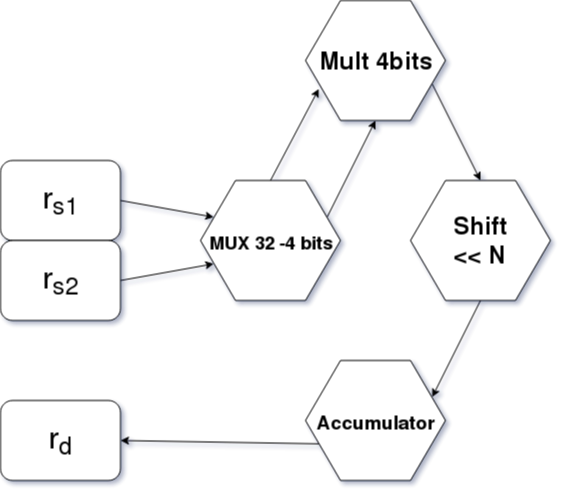
Above: M/img/mul_machine_state.png in xtarke/riscv-multicycle (draw.io), before the change. Source tidied: cells renumbered, new cells last; positions are measured from the earlier drawing's top-left corner, leaving out a move shared by most shapes. Source of this version:
```xml
<mxGraphModel background="#ffffff">
  <root>
    <mxCell id="0" />
    <mxCell id="1" parent="0" />
    <mxCell id="2" style="endArrow=classic;html=1;entryX=0;entryY=0.25;entryDx=0;entryDy=0;exitX=1;exitY=0.5;exitDx=0;exitDy=0;" parent="1" edge="1" source="3" target="9">
      <mxGeometry relative="1" as="geometry" />
    </mxCell>
    <mxCell id="3" style="rounded=1;whiteSpace=wrap;html=1;" parent="1" vertex="1">
      <mxGeometry y="160" width="120" height="80" as="geometry" />
    </mxCell>
    <mxCell id="4" style="rounded=1;whiteSpace=wrap;html=1;" parent="1" vertex="1">
      <mxGeometry y="240" width="120" height="80" as="geometry" />
    </mxCell>
    <mxCell id="5" style="endArrow=classic;html=1;entryX=0;entryY=0.75;entryDx=0;entryDy=0;exitX=1;exitY=0.5;exitDx=0;exitDy=0;" parent="1" edge="1" source="4" target="9">
      <mxGeometry relative="1" as="geometry" />
    </mxCell>
    <mxCell id="6" value="&lt;font style=&quot;font-size: 30px&quot;&gt;r&lt;sub&gt;s1&lt;/sub&gt;&lt;/font&gt;" style="text;html=1;strokeColor=none;fillColor=none;align=center;verticalAlign=middle;whiteSpace=wrap;rounded=0;" parent="1" vertex="1">
      <mxGeometry x="40" y="190" width="40" height="20" as="geometry" />
    </mxCell>
    <mxCell id="7" value="&lt;font style=&quot;font-size: 30px&quot;&gt;r&lt;sub&gt;s2&lt;/sub&gt;&lt;/font&gt;" style="text;html=1;strokeColor=none;fillColor=none;align=center;verticalAlign=middle;whiteSpace=wrap;rounded=0;" parent="1" vertex="1">
      <mxGeometry x="40" y="270" width="40" height="20" as="geometry" />
    </mxCell>
    <mxCell id="8" style="group;" parent="1" vertex="1">
      <mxGeometry x="200" y="180" width="140" height="120" as="geometry" />
    </mxCell>
    <mxCell id="9" style="shape=hexagon;perimeter=hexagonPerimeter2;whiteSpace=wrap;html=1;" parent="8" vertex="1">
      <mxGeometry width="140" height="120" as="geometry" />
    </mxCell>
    <mxCell id="10" value="&lt;font style=&quot;font-size: 18px&quot;&gt;MUX 32 -4 bits&lt;/font&gt;" style="text;strokeColor=none;fillColor=none;html=1;fontSize=24;fontStyle=1;verticalAlign=middle;align=center;" parent="8" vertex="1">
      <mxGeometry x="20" y="40" width="100" height="40" as="geometry" />
    </mxCell>
    <mxCell id="11" style="endArrow=classic;html=1;entryX=0.5;entryY=1;entryDx=0;entryDy=0;exitX=1;exitY=0.25;exitDx=0;exitDy=0;" parent="1" edge="1" source="9" target="17">
      <mxGeometry relative="1" as="geometry" />
    </mxCell>
    <mxCell id="12" style="group;" parent="1" vertex="1">
      <mxGeometry x="305" y="360" width="140" height="120" as="geometry" />
    </mxCell>
    <mxCell id="13" style="shape=hexagon;perimeter=hexagonPerimeter2;whiteSpace=wrap;html=1;" parent="12" vertex="1">
      <mxGeometry width="140" height="120" as="geometry" />
    </mxCell>
    <mxCell id="14" value="&lt;font style=&quot;font-size: 19px&quot;&gt;Accumulator&lt;/font&gt;" style="text;strokeColor=none;fillColor=none;html=1;fontSize=24;fontStyle=1;verticalAlign=middle;align=center;" parent="12" vertex="1">
      <mxGeometry x="20" y="40" width="100" height="40" as="geometry" />
    </mxCell>
    <mxCell id="15" style="endArrow=classic;html=1;entryX=1;entryY=0.5;entryDx=0;entryDy=0;exitX=0;exitY=0.75;exitDx=0;exitDy=0;" parent="1" edge="1" source="13" target="24">
      <mxGeometry relative="1" as="geometry" />
    </mxCell>
    <mxCell id="16" style="group;" parent="1" vertex="1">
      <mxGeometry x="305" width="140" height="120" as="geometry" />
    </mxCell>
    <mxCell id="17" style="shape=hexagon;perimeter=hexagonPerimeter2;whiteSpace=wrap;html=1;" parent="16" vertex="1">
      <mxGeometry width="140" height="120" as="geometry" />
    </mxCell>
    <mxCell id="18" value="Mult 4bits" style="text;strokeColor=none;fillColor=none;html=1;fontSize=24;fontStyle=1;verticalAlign=middle;align=center;" parent="16" vertex="1">
      <mxGeometry x="20" y="40" width="100" height="40" as="geometry" />
    </mxCell>
    <mxCell id="19" style="endArrow=classic;html=1;entryX=0.1;entryY=0.733;entryDx=0;entryDy=0;entryPerimeter=0;exitX=0.5;exitY=0;exitDx=0;exitDy=0;" parent="1" edge="1" source="9" target="17">
      <mxGeometry relative="1" as="geometry" />
    </mxCell>
    <mxCell id="20" style="group;" parent="1" vertex="1">
      <mxGeometry x="410" y="180" width="140" height="120" as="geometry" />
    </mxCell>
    <mxCell id="21" style="shape=hexagon;perimeter=hexagonPerimeter2;whiteSpace=wrap;html=1;" parent="20" vertex="1">
      <mxGeometry width="140" height="120" as="geometry" />
    </mxCell>
    <mxCell id="22" value="&lt;div&gt;Shift&lt;/div&gt;&lt;div&gt;&amp;lt;&amp;lt; N&lt;br&gt;&lt;/div&gt;" style="text;strokeColor=none;fillColor=none;html=1;fontSize=24;fontStyle=1;verticalAlign=middle;align=center;" parent="20" vertex="1">
      <mxGeometry x="20" y="40" width="100" height="40" as="geometry" />
    </mxCell>
    <mxCell id="23" style="group;" parent="1" vertex="1">
      <mxGeometry y="400" width="120" height="80" as="geometry" />
    </mxCell>
    <mxCell id="24" style="rounded=1;whiteSpace=wrap;html=1;" parent="23" vertex="1">
      <mxGeometry width="120" height="80" as="geometry" />
    </mxCell>
    <mxCell id="25" value="&lt;font style=&quot;font-size: 30px&quot;&gt;r&lt;sub&gt;d&lt;/sub&gt;&lt;/font&gt;" style="text;html=1;strokeColor=none;fillColor=none;align=center;verticalAlign=middle;whiteSpace=wrap;rounded=0;" parent="23" vertex="1">
      <mxGeometry x="40" y="30" width="40" height="20" as="geometry" />
    </mxCell>
    <mxCell id="26" style="endArrow=classic;html=1;exitX=1;exitY=0.75;exitDx=0;exitDy=0;entryX=0.5;entryY=0;entryDx=0;entryDy=0;" parent="1" edge="1" source="17" target="21">
      <mxGeometry relative="1" as="geometry" />
    </mxCell>
    <mxCell id="27" style="endArrow=classic;html=1;exitX=0.5;exitY=1;exitDx=0;exitDy=0;entryX=1;entryY=0.25;entryDx=0;entryDy=0;" parent="1" edge="1" source="21" target="13">
      <mxGeometry relative="1" as="geometry" />
    </mxCell>
  </root>
</mxGraphModel>
```
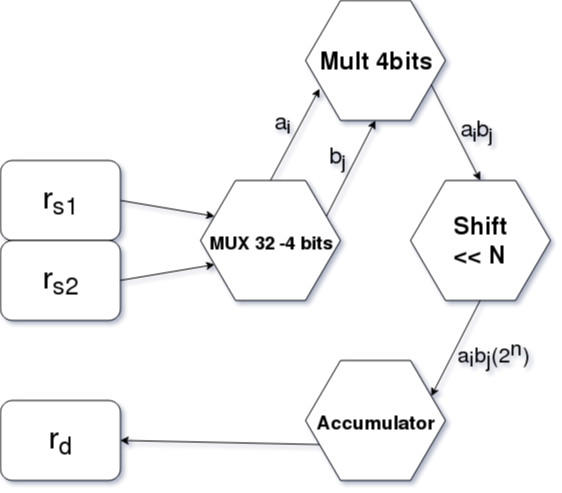
The same file after the commit.

Commit message:
update state chart

The edit, as a diff of the source:
```diff
@@ -2,18 +2,18 @@
   <root>
     <mxCell id="0" />
     <mxCell id="1" parent="0" />
-    <mxCell id="2" style="endArrow=classic;html=1;entryX=0;entryY=0.25;entryDx=0;entryDy=0;exitX=1;exitY=0.5;exitDx=0;exitDy=0;" parent="1" edge="1" source="3" target="9">
-      <mxGeometry relative="1" as="geometry" />
-    </mxCell>
+    <mxCell id="28" style="endArrow=classic;html=1;entryX=0;entryY=0.25;entryDx=0;entryDy=0;exitX=1;exitY=0.5;exitDx=0;exitDy=0;" parent="1" edge="1" source="3" target="30">
+      <mxGeometry relative="1" as="geometry" />
+    </mxCell>
     <mxCell id="3" style="rounded=1;whiteSpace=wrap;html=1;" parent="1" vertex="1">
       <mxGeometry y="160" width="120" height="80" as="geometry" />
     </mxCell>
     <mxCell id="4" style="rounded=1;whiteSpace=wrap;html=1;" parent="1" vertex="1">
       <mxGeometry y="240" width="120" height="80" as="geometry" />
     </mxCell>
-    <mxCell id="5" style="endArrow=classic;html=1;entryX=0;entryY=0.75;entryDx=0;entryDy=0;exitX=1;exitY=0.5;exitDx=0;exitDy=0;" parent="1" edge="1" source="4" target="9">
-      <mxGeometry relative="1" as="geometry" />
-    </mxCell>
+    <mxCell id="29" style="endArrow=classic;html=1;entryX=0;entryY=0.75;entryDx=0;entryDy=0;exitX=1;exitY=0.5;exitDx=0;exitDy=0;" parent="1" edge="1" source="4" target="30">
+      <mxGeometry relative="1" as="geometry" />
+    </mxCell>
     <mxCell id="6" value="&lt;font style=&quot;font-size: 30px&quot;&gt;r&lt;sub&gt;s1&lt;/sub&gt;&lt;/font&gt;" style="text;html=1;strokeColor=none;fillColor=none;align=center;verticalAlign=middle;whiteSpace=wrap;rounded=0;" parent="1" vertex="1">
       <mxGeometry x="40" y="190" width="40" height="20" as="geometry" />
     </mxCell>
@@ -23,45 +23,45 @@
     <mxCell id="8" style="group;" parent="1" vertex="1">
       <mxGeometry x="200" y="180" width="140" height="120" as="geometry" />
     </mxCell>
-    <mxCell id="9" style="shape=hexagon;perimeter=hexagonPerimeter2;whiteSpace=wrap;html=1;" parent="8" vertex="1">
-      <mxGeometry width="140" height="120" as="geometry" />
-    </mxCell>
+    <mxCell id="30" style="shape=hexagon;perimeter=hexagonPerimeter2;whiteSpace=wrap;html=1;" parent="8" vertex="1">
+      <mxGeometry width="140" height="120" as="geometry" />
+    </mxCell>
     <mxCell id="10" value="&lt;font style=&quot;font-size: 18px&quot;&gt;MUX 32 -4 bits&lt;/font&gt;" style="text;strokeColor=none;fillColor=none;html=1;fontSize=24;fontStyle=1;verticalAlign=middle;align=center;" parent="8" vertex="1">
       <mxGeometry x="20" y="40" width="100" height="40" as="geometry" />
     </mxCell>
-    <mxCell id="11" style="endArrow=classic;html=1;entryX=0.5;entryY=1;entryDx=0;entryDy=0;exitX=1;exitY=0.25;exitDx=0;exitDy=0;" parent="1" edge="1" source="9" target="17">
-      <mxGeometry relative="1" as="geometry" />
-    </mxCell>
+    <mxCell id="31" style="endArrow=classic;html=1;entryX=0.5;entryY=1;entryDx=0;entryDy=0;exitX=1;exitY=0.25;exitDx=0;exitDy=0;" parent="1" edge="1" source="30" target="34">
+      <mxGeometry relative="1" as="geometry" />
+    </mxCell>
     <mxCell id="12" style="group;" parent="1" vertex="1">
       <mxGeometry x="305" y="360" width="140" height="120" as="geometry" />
     </mxCell>
-    <mxCell id="13" style="shape=hexagon;perimeter=hexagonPerimeter2;whiteSpace=wrap;html=1;" parent="12" vertex="1">
-      <mxGeometry width="140" height="120" as="geometry" />
-    </mxCell>
+    <mxCell id="32" style="shape=hexagon;perimeter=hexagonPerimeter2;whiteSpace=wrap;html=1;" parent="12" vertex="1">
+      <mxGeometry width="140" height="120" as="geometry" />
+    </mxCell>
     <mxCell id="14" value="&lt;font style=&quot;font-size: 19px&quot;&gt;Accumulator&lt;/font&gt;" style="text;strokeColor=none;fillColor=none;html=1;fontSize=24;fontStyle=1;verticalAlign=middle;align=center;" parent="12" vertex="1">
       <mxGeometry x="20" y="40" width="100" height="40" as="geometry" />
     </mxCell>
-    <mxCell id="15" style="endArrow=classic;html=1;entryX=1;entryY=0.5;entryDx=0;entryDy=0;exitX=0;exitY=0.75;exitDx=0;exitDy=0;" parent="1" edge="1" source="13" target="24">
-      <mxGeometry relative="1" as="geometry" />
-    </mxCell>
+    <mxCell id="33" style="endArrow=classic;html=1;entryX=1;entryY=0.5;entryDx=0;entryDy=0;exitX=0;exitY=0.75;exitDx=0;exitDy=0;" parent="1" edge="1" source="32" target="24">
+      <mxGeometry relative="1" as="geometry" />
+    </mxCell>
     <mxCell id="16" style="group;" parent="1" vertex="1">
       <mxGeometry x="305" width="140" height="120" as="geometry" />
     </mxCell>
-    <mxCell id="17" style="shape=hexagon;perimeter=hexagonPerimeter2;whiteSpace=wrap;html=1;" parent="16" vertex="1">
-      <mxGeometry width="140" height="120" as="geometry" />
-    </mxCell>
+    <mxCell id="34" style="shape=hexagon;perimeter=hexagonPerimeter2;whiteSpace=wrap;html=1;" parent="16" vertex="1">
+      <mxGeometry width="140" height="120" as="geometry" />
+    </mxCell>
     <mxCell id="18" value="Mult 4bits" style="text;strokeColor=none;fillColor=none;html=1;fontSize=24;fontStyle=1;verticalAlign=middle;align=center;" parent="16" vertex="1">
       <mxGeometry x="20" y="40" width="100" height="40" as="geometry" />
     </mxCell>
-    <mxCell id="19" style="endArrow=classic;html=1;entryX=0.1;entryY=0.733;entryDx=0;entryDy=0;entryPerimeter=0;exitX=0.5;exitY=0;exitDx=0;exitDy=0;" parent="1" edge="1" source="9" target="17">
-      <mxGeometry relative="1" as="geometry" />
-    </mxCell>
+    <mxCell id="35" style="endArrow=classic;html=1;entryX=0.1;entryY=0.733;entryDx=0;entryDy=0;entryPerimeter=0;exitX=0.5;exitY=0;exitDx=0;exitDy=0;" parent="1" edge="1" source="30" target="34">
+      <mxGeometry relative="1" as="geometry" />
+    </mxCell>
     <mxCell id="20" style="group;" parent="1" vertex="1">
       <mxGeometry x="410" y="180" width="140" height="120" as="geometry" />
     </mxCell>
-    <mxCell id="21" style="shape=hexagon;perimeter=hexagonPerimeter2;whiteSpace=wrap;html=1;" parent="20" vertex="1">
-      <mxGeometry width="140" height="120" as="geometry" />
-    </mxCell>
+    <mxCell id="36" style="shape=hexagon;perimeter=hexagonPerimeter2;whiteSpace=wrap;html=1;" parent="20" vertex="1">
+      <mxGeometry width="140" height="120" as="geometry" />
+    </mxCell>
     <mxCell id="22" value="&lt;div&gt;Shift&lt;/div&gt;&lt;div&gt;&amp;lt;&amp;lt; N&lt;br&gt;&lt;/div&gt;" style="text;strokeColor=none;fillColor=none;html=1;fontSize=24;fontStyle=1;verticalAlign=middle;align=center;" parent="20" vertex="1">
       <mxGeometry x="20" y="40" width="100" height="40" as="geometry" />
     </mxCell>
@@ -74,11 +74,23 @@
     <mxCell id="25" value="&lt;font style=&quot;font-size: 30px&quot;&gt;r&lt;sub&gt;d&lt;/sub&gt;&lt;/font&gt;" style="text;html=1;strokeColor=none;fillColor=none;align=center;verticalAlign=middle;whiteSpace=wrap;rounded=0;" parent="23" vertex="1">
       <mxGeometry x="40" y="30" width="40" height="20" as="geometry" />
     </mxCell>
-    <mxCell id="26" style="endArrow=classic;html=1;exitX=1;exitY=0.75;exitDx=0;exitDy=0;entryX=0.5;entryY=0;entryDx=0;entryDy=0;" parent="1" edge="1" source="17" target="21">
-      <mxGeometry relative="1" as="geometry" />
-    </mxCell>
-    <mxCell id="27" style="endArrow=classic;html=1;exitX=0.5;exitY=1;exitDx=0;exitDy=0;entryX=1;entryY=0.25;entryDx=0;entryDy=0;" parent="1" edge="1" source="21" target="13">
-      <mxGeometry relative="1" as="geometry" />
-    </mxCell>
+    <mxCell id="37" style="endArrow=classic;html=1;exitX=1;exitY=0.75;exitDx=0;exitDy=0;entryX=0.5;entryY=0;entryDx=0;entryDy=0;" parent="1" edge="1" source="34" target="36">
+      <mxGeometry relative="1" as="geometry" />
+    </mxCell>
+    <mxCell id="38" style="endArrow=classic;html=1;exitX=0.5;exitY=1;exitDx=0;exitDy=0;entryX=1;entryY=0.25;entryDx=0;entryDy=0;" parent="1" edge="1" source="36" target="32">
+      <mxGeometry relative="1" as="geometry" />
+    </mxCell>
+    <mxCell id="39" value="&lt;font style=&quot;font-size: 22px&quot;&gt;a&lt;sub&gt;i&lt;/sub&gt;&lt;/font&gt;" style="text;html=1;strokeColor=none;fillColor=none;align=center;verticalAlign=middle;whiteSpace=wrap;rounded=0;" parent="1" vertex="1">
+      <mxGeometry x="262" y="113" width="40" height="20" as="geometry" />
+    </mxCell>
+    <mxCell id="40" value="&lt;br&gt;&lt;font style=&quot;font-size: 22px&quot;&gt;b&lt;sub&gt;j&lt;/sub&gt;&lt;/font&gt;" style="text;html=1;strokeColor=none;fillColor=none;align=center;verticalAlign=middle;whiteSpace=wrap;rounded=0;" parent="1" vertex="1">
+      <mxGeometry x="317" y="140" width="40" height="20" as="geometry" />
+    </mxCell>
+    <mxCell id="41" value="&lt;br&gt;&lt;font style=&quot;font-size: 22px&quot;&gt;&lt;font&gt;a&lt;sub&gt;i&lt;/sub&gt;&lt;/font&gt;b&lt;sub&gt;j&lt;/sub&gt;&lt;/font&gt;" style="text;html=1;strokeColor=none;fillColor=none;align=center;verticalAlign=middle;whiteSpace=wrap;rounded=0;" parent="1" vertex="1">
+      <mxGeometry x="456" y="113" width="40" height="20" as="geometry" />
+    </mxCell>
+    <mxCell id="42" value="&lt;br style=&quot;font-size: 21px;&quot;&gt;&lt;font style=&quot;font-size: 21px;&quot;&gt;&lt;font style=&quot;font-size: 21px;&quot;&gt;a&lt;sub style=&quot;font-size: 21px;&quot;&gt;i&lt;/sub&gt;&lt;/font&gt;b&lt;sub style=&quot;font-size: 21px;&quot;&gt;j&lt;/sub&gt;&lt;/font&gt;&lt;font style=&quot;font-size: 21px;&quot;&gt;&lt;font style=&quot;font-size: 21px;&quot;&gt;(2&lt;sup style=&quot;font-size: 21px;&quot;&gt;n&lt;/sup&gt;)&lt;/font&gt;&lt;/font&gt;" style="text;html=1;strokeColor=none;fillColor=none;align=center;verticalAlign=middle;whiteSpace=wrap;rounded=0;fontSize=21;" parent="1" vertex="1">
+      <mxGeometry x="473" y="330" width="40" height="20" as="geometry" />
+    </mxCell>
   </root>
 </mxGraphModel>
```
